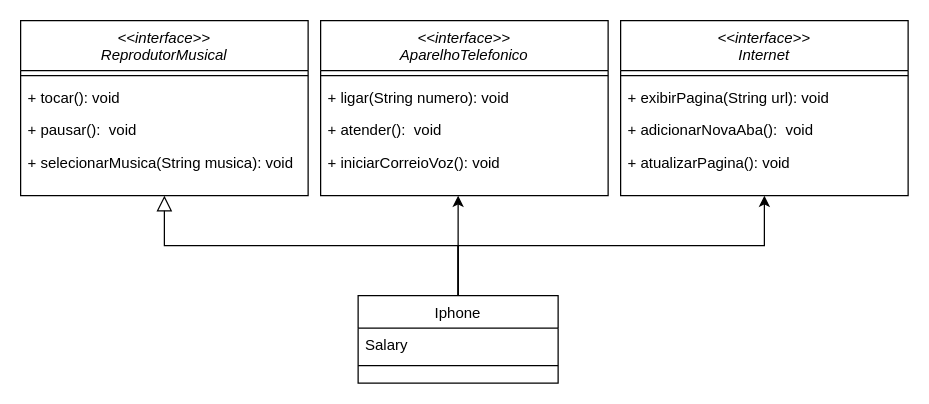
brenddonandrade/dioJavaComSpringBoot keeps this draw.io diagram as 03POO/01modelandoIphoneComUML/Diagrama sem nome.drawio. Above is the earlier version. Source tidied: cells renumbered, new cells numbered last; positions are measured from the earlier drawing's top-left corner, leaving out a move shared by most shapes. Both pictures are drawn from the tidied source at 125%, with x=0, y=0 at pixel (20, 20).
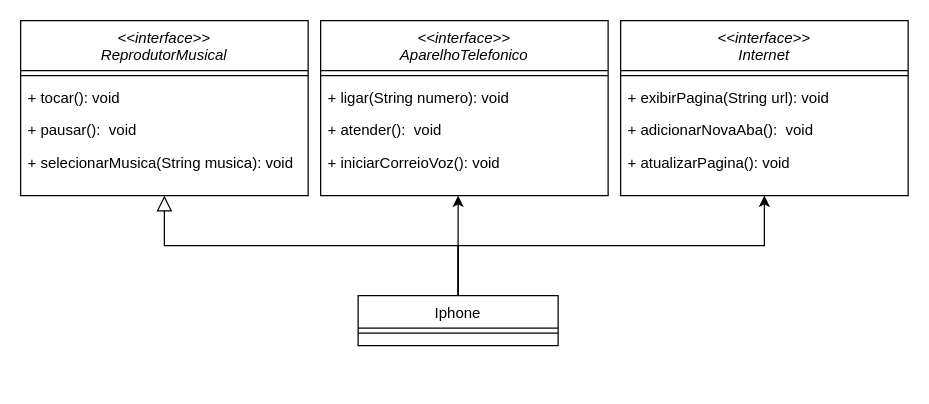
The same diagram, later.

The edit, as a diff of the source:
```diff
@@
     <mxCell id="9" value="Iphone" style="swimlane;fontStyle=0;align=center;verticalAlign=top;horizontal=1;startSize=26;rounded=0;shadow=0;strokeWidth=1;" parent="1" vertex="1">
-      <mxGeometry x="270" y="220" width="160" height="70" as="geometry" />
+      <mxGeometry x="270" y="220" width="160" height="40" as="geometry" />
     </mxCell>
-    <mxCell id="10" value="Salary" style="text;align=left;verticalAlign=top;spacingLeft=4;spacingRight=4;overflow=hidden;" parent="9" vertex="1">
-      <mxGeometry y="26" width="160" height="26" as="geometry" />
-    </mxCell>
     <mxCell id="11" style="line;html=1;strokeWidth=1;align=left;verticalAlign=middle;spacingTop=-1;spacingLeft=3;spacingRight=3;labelPosition=right;" parent="9" vertex="1">
-      <mxGeometry y="52" width="160" height="8" as="geometry" />
+      <mxGeometry y="26" width="160" height="8" as="geometry" />
     </mxCell>
```
